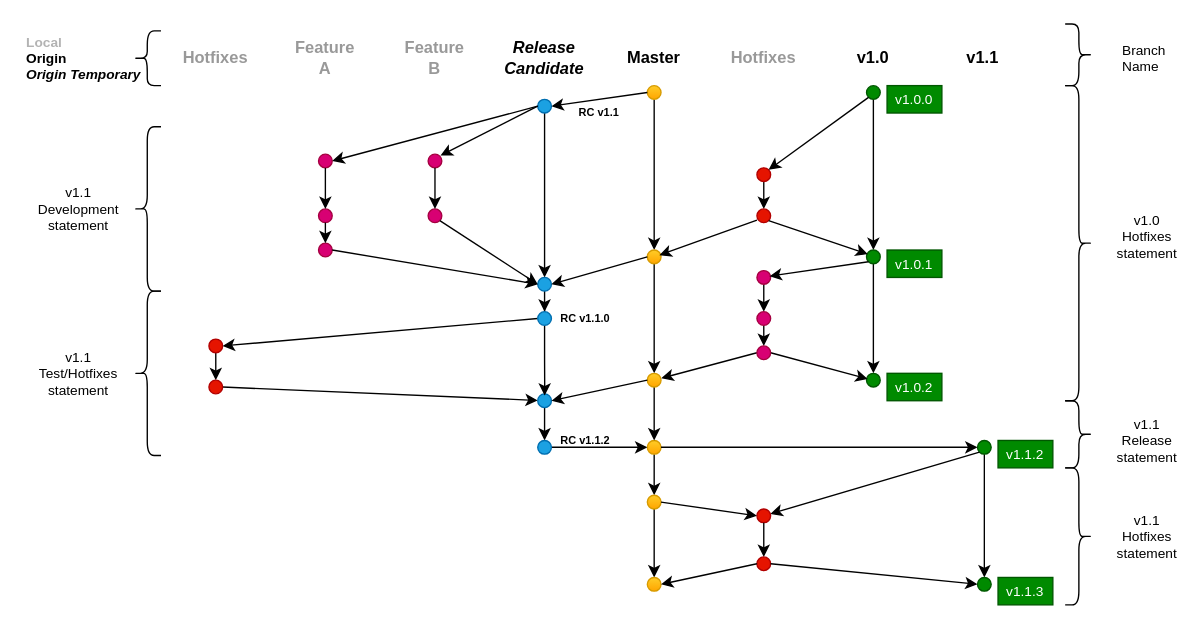
The draw.io diagram gitflow1.drawio in bigkernel/docs, before the edit. Source tidied: cells renumbered, new cells numbered last; positions are measured from the earlier drawing's top-left corner, leaving out a move shared by most shapes. Both pictures are drawn from the tidied source at 137%, with x=0, y=0 at pixel (23, 23).
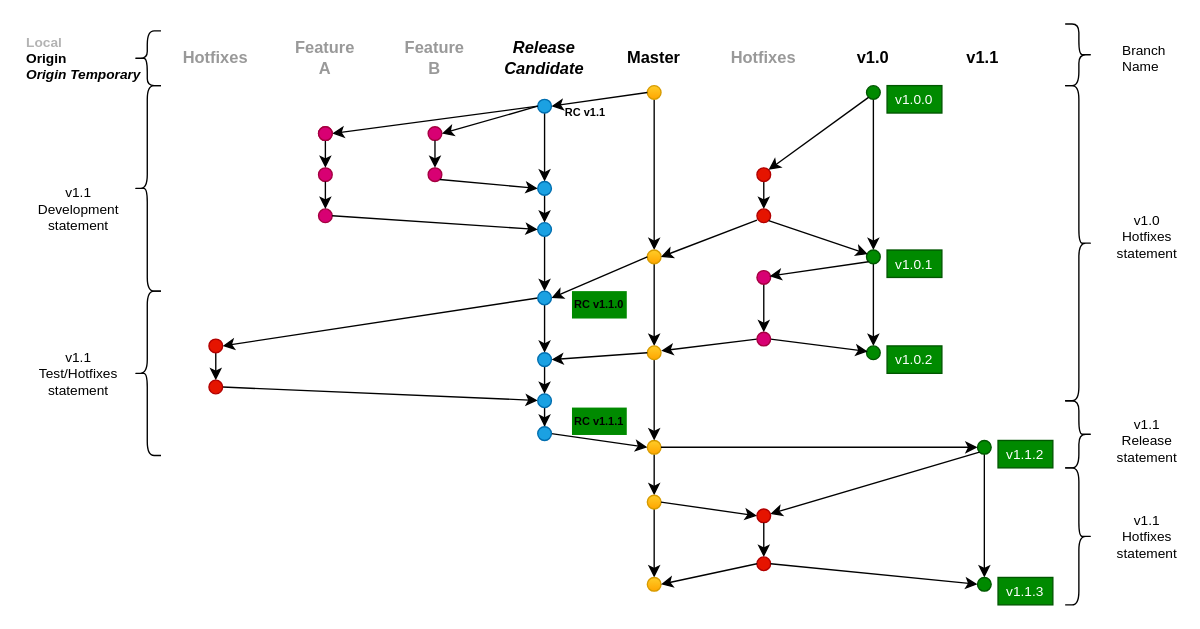
Above is the later version.

Unchanged cells that the change refers to:
```xml
<mxCell id="22" style="ellipse;whiteSpace=wrap;html=1;fillColor=#1ba1e2;strokeColor=#006EAF;fontColor=#ffffff;" parent="1" vertex="1">
  <mxGeometry x="375" y="55" width="10" height="10" as="geometry" />
</mxCell>
<mxCell id="31" style="ellipse;whiteSpace=wrap;html=1;fillColor=#1ba1e2;strokeColor=#006EAF;fontColor=#ffffff;" parent="1" vertex="1">
  <mxGeometry x="375" y="270" width="10" height="10" as="geometry" />
</mxCell>
<mxCell id="39" style="ellipse;whiteSpace=wrap;html=1;fillColor=#ffcd28;strokeColor=#d79b00;gradientColor=#ffa500;" parent="1" vertex="1">
  <mxGeometry x="455" y="165" width="10" height="10" as="geometry" />
</mxCell>
<mxCell id="47" style="ellipse;whiteSpace=wrap;html=1;fillColor=#e51400;strokeColor=#B20000;fontColor=#ffffff;" parent="1" vertex="1">
  <mxGeometry x="535" y="135" width="10" height="10" as="geometry" />
</mxCell>
<mxCell id="53" style="ellipse;whiteSpace=wrap;html=1;fillColor=#d80073;strokeColor=#A50040;fontColor=#ffffff;" parent="1" vertex="1">
  <mxGeometry x="535" y="180" width="10" height="10" as="geometry" />
</mxCell>
```

Change to the diagram source:
```diff
@@
     <mxCell id="12" style="ellipse;whiteSpace=wrap;html=1;fillColor=#d80073;strokeColor=#A50040;fontColor=#ffffff;" parent="1" vertex="1">
-      <mxGeometry x="215" y="95" width="10" height="10" as="geometry" />
+      <mxGeometry x="215" y="75" width="10" height="10" as="geometry" />
     </mxCell>
@@
     <mxCell id="14" style="ellipse;whiteSpace=wrap;html=1;fillColor=#d80073;strokeColor=#A50040;fontColor=#ffffff;" parent="1" vertex="1">
-      <mxGeometry x="295" y="95" width="10" height="10" as="geometry" />
+      <mxGeometry x="295" y="75" width="10" height="10" as="geometry" />
     </mxCell>
     <mxCell id="15" style="ellipse;whiteSpace=wrap;html=1;fillColor=#d80073;strokeColor=#A50040;fontColor=#ffffff;" parent="1" vertex="1">
-      <mxGeometry x="295" y="135" width="10" height="10" as="geometry" />
+      <mxGeometry x="295" y="105" width="10" height="10" as="geometry" />
     </mxCell>
     <mxCell id="16" style="ellipse;whiteSpace=wrap;html=1;fillColor=#d80073;strokeColor=#A50040;fontColor=#ffffff;" parent="1" vertex="1">
-      <mxGeometry x="215" y="160" width="10" height="10" as="geometry" />
+      <mxGeometry x="215" y="135" width="10" height="10" as="geometry" />
     </mxCell>
     <mxCell id="17" style="ellipse;whiteSpace=wrap;html=1;fillColor=#d80073;strokeColor=#A50040;fontColor=#ffffff;" parent="1" vertex="1">
-      <mxGeometry x="215" y="135" width="10" height="10" as="geometry" />
+      <mxGeometry x="215" y="105" width="10" height="10" as="geometry" />
     </mxCell>
@@
-    <mxCell id="21" style="edgeStyle=none;rounded=0;jettySize=auto;html=1;fontSize=10;fontColor=#000000;" parent="1" edge="1" source="22" target="26">
+    <mxCell id="21" style="edgeStyle=none;rounded=0;jettySize=auto;html=1;fontSize=10;fontColor=#000000;exitX=0.5;exitY=1;exitDx=0;exitDy=0;" parent="1" edge="1" source="108" target="26">
       <mxGeometry relative="1" as="geometry" />
     </mxCell>
+    <mxCell id="103" style="edgeStyle=orthogonalEdgeStyle;rounded=0;jettySize=auto;html=1;fontSize=8;fontColor=#00FF00;entryX=0.5;entryY=0;entryDx=0;entryDy=0;" parent="1" edge="1" source="22" target="108">
+      <mxGeometry relative="1" as="geometry" />
+    </mxCell>
@@
     <mxCell id="23" value="RC v1.1" style="text;html=1;strokeColor=none;fillColor=none;align=center;verticalAlign=middle;whiteSpace=wrap;rounded=0;fontSize=8;fontStyle=1;" parent="1" vertex="1">
-      <mxGeometry x="400" y="55" width="40" height="20" as="geometry" />
+      <mxGeometry x="390" y="55" width="40" height="20" as="geometry" />
     </mxCell>
@@
     <mxCell id="26" style="ellipse;whiteSpace=wrap;html=1;fillColor=#1ba1e2;strokeColor=#006EAF;fontColor=#ffffff;" parent="1" vertex="1">
-      <mxGeometry x="375" y="185" width="10" height="10" as="geometry" />
+      <mxGeometry x="375" y="145" width="10" height="10" as="geometry" />
     </mxCell>
@@
-    <mxCell id="33" value="RC v1.1.0" style="text;html=1;strokeColor=none;fillColor=none;align=center;verticalAlign=middle;whiteSpace=wrap;rounded=0;fontSize=8;fontStyle=1;" parent="1" vertex="1">
-      <mxGeometry x="390" y="205" width="40" height="20" as="geometry" />
+    <mxCell id="33" value="RC v1.1.0" style="text;html=1;strokeColor=none;align=center;verticalAlign=middle;whiteSpace=wrap;rounded=0;fontSize=8;fontStyle=1;labelBackgroundColor=none;fillColor=#008A00;" parent="1" vertex="1">
+      <mxGeometry x="400" y="195" width="40" height="20" as="geometry" />
     </mxCell>
@@
     <mxCell id="41" style="ellipse;whiteSpace=wrap;html=1;fillColor=#ffcd28;strokeColor=#d79b00;gradientColor=#ffa500;" parent="1" vertex="1">
-      <mxGeometry x="455" y="255" width="10" height="10" as="geometry" />
+      <mxGeometry x="455" y="235" width="10" height="10" as="geometry" />
     </mxCell>
@@
-    <mxCell id="46" style="endArrow=classic;html=1;entryX=0.881;entryY=0.375;entryDx=0;entryDy=0;entryPerimeter=0;exitX=0.005;exitY=0.812;exitDx=0;exitDy=0;exitPerimeter=0;" parent="1" edge="1" source="47" target="39">
+    <mxCell id="46" style="endArrow=classic;html=1;entryX=1;entryY=0.5;entryDx=0;entryDy=0;exitX=0.005;exitY=0.812;exitDx=0;exitDy=0;exitPerimeter=0;" parent="1" edge="1" source="47" target="39">
       <mxGeometry relative="1" as="geometry" />
     </mxCell>
@@
-    <mxCell id="52" style="edgeStyle=none;rounded=0;jettySize=auto;html=1;fontSize=10;fontColor=#000000;" parent="1" edge="1" source="53" target="83">
+    <mxCell id="52" style="edgeStyle=none;rounded=0;jettySize=auto;html=1;fontSize=10;fontColor=#000000;entryX=0.5;entryY=0;entryDx=0;entryDy=0;" parent="1" edge="1" source="53" target="84">
       <mxGeometry relative="1" as="geometry" />
     </mxCell>
@@
     <mxCell id="55" style="ellipse;whiteSpace=wrap;html=1;fillColor=#008a00;strokeColor=#005700;fontColor=#ffffff;" parent="1" vertex="1">
-      <mxGeometry x="615" y="255" width="10" height="10" as="geometry" />
+      <mxGeometry x="615" y="235" width="10" height="10" as="geometry" />
     </mxCell>
@@
     <mxCell id="58" value="v1.0.2" style="text;html=1;strokeColor=#005700;fillColor=#008a00;align=center;verticalAlign=middle;whiteSpace=wrap;rounded=0;fontSize=10;fontColor=#ffffff;" parent="1" vertex="1">
-      <mxGeometry x="630" y="255" width="40" height="20" as="geometry" />
+      <mxGeometry x="630" y="235" width="40" height="20" as="geometry" />
     </mxCell>
@@
     <mxCell id="72" style="shape=curlyBracket;whiteSpace=wrap;html=1;rounded=1;fontSize=10;fontColor=#000000;" parent="1" vertex="1">
-      <mxGeometry x="80" y="75" width="20" height="120" as="geometry" />
+      <mxGeometry x="80" y="45" width="20" height="150" as="geometry" />
     </mxCell>
@@
-    <mxCell id="82" style="edgeStyle=none;rounded=0;jettySize=auto;html=1;fontSize=10;fontColor=#000000;" parent="1" edge="1" source="83" target="84">
-      <mxGeometry relative="1" as="geometry" />
-    </mxCell>
-    <mxCell id="83" style="ellipse;whiteSpace=wrap;html=1;fillColor=#d80073;strokeColor=#A50040;fontColor=#ffffff;" parent="1" vertex="1">
-      <mxGeometry x="535" y="210" width="10" height="10" as="geometry" />
-    </mxCell>
     <mxCell id="84" style="ellipse;whiteSpace=wrap;html=1;fillColor=#d80073;strokeColor=#A50040;fontColor=#ffffff;" parent="1" vertex="1">
-      <mxGeometry x="535" y="235" width="10" height="10" as="geometry" />
+      <mxGeometry x="535" y="225" width="10" height="10" as="geometry" />
     </mxCell>
@@
-    <mxCell id="86" style="endArrow=classic;html=1;entryX=1;entryY=0.5;entryDx=0;entryDy=0;exitX=0;exitY=0.5;exitDx=0;exitDy=0;" parent="1" edge="1" source="41" target="31">
+    <mxCell id="86" style="endArrow=classic;html=1;entryX=1;entryY=0.5;entryDx=0;entryDy=0;exitX=0;exitY=0.5;exitDx=0;exitDy=0;" parent="1" edge="1" source="41" target="106">
       <mxGeometry relative="1" as="geometry" />
     </mxCell>
@@
-    <mxCell id="90" style="endArrow=classic;html=1;exitX=0;exitY=0.5;exitDx=0;exitDy=0;" parent="1" edge="1" source="22">
-      <mxGeometry relative="1" as="geometry">
-        <mxPoint x="304" y="96" as="targetPoint" />
-      </mxGeometry>
+    <mxCell id="90" style="endArrow=classic;html=1;exitX=0;exitY=0.5;exitDx=0;exitDy=0;entryX=1;entryY=0.5;entryDx=0;entryDy=0;" parent="1" edge="1" source="22" target="14">
+      <mxGeometry relative="1" as="geometry" />
     </mxCell>
@@
-    <mxCell id="92" style="endArrow=classic;html=1;entryX=0;entryY=0.5;entryDx=0;entryDy=0;exitX=1;exitY=1;exitDx=0;exitDy=0;" parent="1" edge="1" source="15" target="26">
+    <mxCell id="92" style="endArrow=classic;html=1;entryX=0;entryY=0.5;entryDx=0;entryDy=0;exitX=1;exitY=1;exitDx=0;exitDy=0;" parent="1" edge="1" source="15" target="108">
       <mxGeometry relative="1" as="geometry" />
     </mxCell>
@@
-    <mxCell id="94" style="endArrow=classic;html=1;entryX=1;entryY=0.5;entryDx=0;entryDy=0;exitX=0;exitY=0.5;exitDx=0;exitDy=0;" parent="1" edge="1" source="39" target="26">
+    <mxCell id="94" style="endArrow=classic;html=1;entryX=1;entryY=0.5;entryDx=0;entryDy=0;exitX=0;exitY=0.5;exitDx=0;exitDy=0;" parent="1" edge="1" source="39" target="96">
       <mxGeometry relative="1" as="geometry" />
     </mxCell>
-    <mxCell id="95" style="edgeStyle=orthogonalEdgeStyle;rounded=0;jettySize=auto;html=1;entryX=0.512;entryY=0.127;entryDx=0;entryDy=0;entryPerimeter=0;" parent="1" edge="1" source="96" target="31">
+    <mxCell id="95" style="edgeStyle=orthogonalEdgeStyle;rounded=0;jettySize=auto;html=1;entryX=0.5;entryY=0;entryDx=0;entryDy=0;exitX=0.5;exitY=1;exitDx=0;exitDy=0;" parent="1" edge="1" source="106" target="31">
       <mxGeometry relative="1" as="geometry" />
     </mxCell>
+    <mxCell id="104" style="edgeStyle=orthogonalEdgeStyle;rounded=0;jettySize=auto;html=1;fontSize=8;fontColor=#00FF00;entryX=0.5;entryY=0;entryDx=0;entryDy=0;" parent="1" edge="1" source="96" target="106">
+      <mxGeometry relative="1" as="geometry" />
+    </mxCell>
     <mxCell id="96" style="ellipse;whiteSpace=wrap;html=1;fillColor=#1ba1e2;strokeColor=#006EAF;fontColor=#ffffff;" parent="1" vertex="1">
-      <mxGeometry x="375" y="210" width="10" height="10" as="geometry" />
+      <mxGeometry x="375" y="195" width="10" height="10" as="geometry" />
     </mxCell>
-    <mxCell id="97" value="RC v1.1.2" style="text;html=1;strokeColor=none;fillColor=none;align=center;verticalAlign=middle;whiteSpace=wrap;rounded=0;fontSize=8;fontStyle=1;" parent="1" vertex="1">
-      <mxGeometry x="390" y="294" width="40" height="20" as="geometry" />
-    </mxCell>
     <mxCell id="98" style="ellipse;whiteSpace=wrap;html=1;fillColor=#1ba1e2;strokeColor=#006EAF;fontColor=#ffffff;" parent="1" vertex="1">
-      <mxGeometry x="375" y="304" width="10" height="10" as="geometry" />
+      <mxGeometry x="375" y="294" width="10" height="10" as="geometry" />
     </mxCell>
@@
+    <mxCell id="105" value="RC v1.1.1" style="text;html=1;strokeColor=none;align=center;verticalAlign=middle;whiteSpace=wrap;rounded=0;fontSize=8;fontStyle=1;labelBackgroundColor=none;fillColor=#008A00;" parent="1" vertex="1">
+      <mxGeometry x="400" y="280" width="40" height="20" as="geometry" />
+    </mxCell>
+    <mxCell id="106" style="ellipse;whiteSpace=wrap;html=1;fillColor=#1ba1e2;strokeColor=#006EAF;fontColor=#ffffff;" parent="1" vertex="1">
+      <mxGeometry x="375" y="240" width="10" height="10" as="geometry" />
+    </mxCell>
+    <mxCell id="107" style="ellipse;whiteSpace=wrap;html=1;fillColor=#d80073;strokeColor=#A50040;fontColor=#ffffff;" parent="1" vertex="1">
+      <mxGeometry x="215" y="75" width="10" height="10" as="geometry" />
+    </mxCell>
+    <mxCell id="108" style="ellipse;whiteSpace=wrap;html=1;fillColor=#1ba1e2;strokeColor=#006EAF;fontColor=#ffffff;" parent="1" vertex="1">
+      <mxGeometry x="375" y="115" width="10" height="10" as="geometry" />
+    </mxCell>
```
